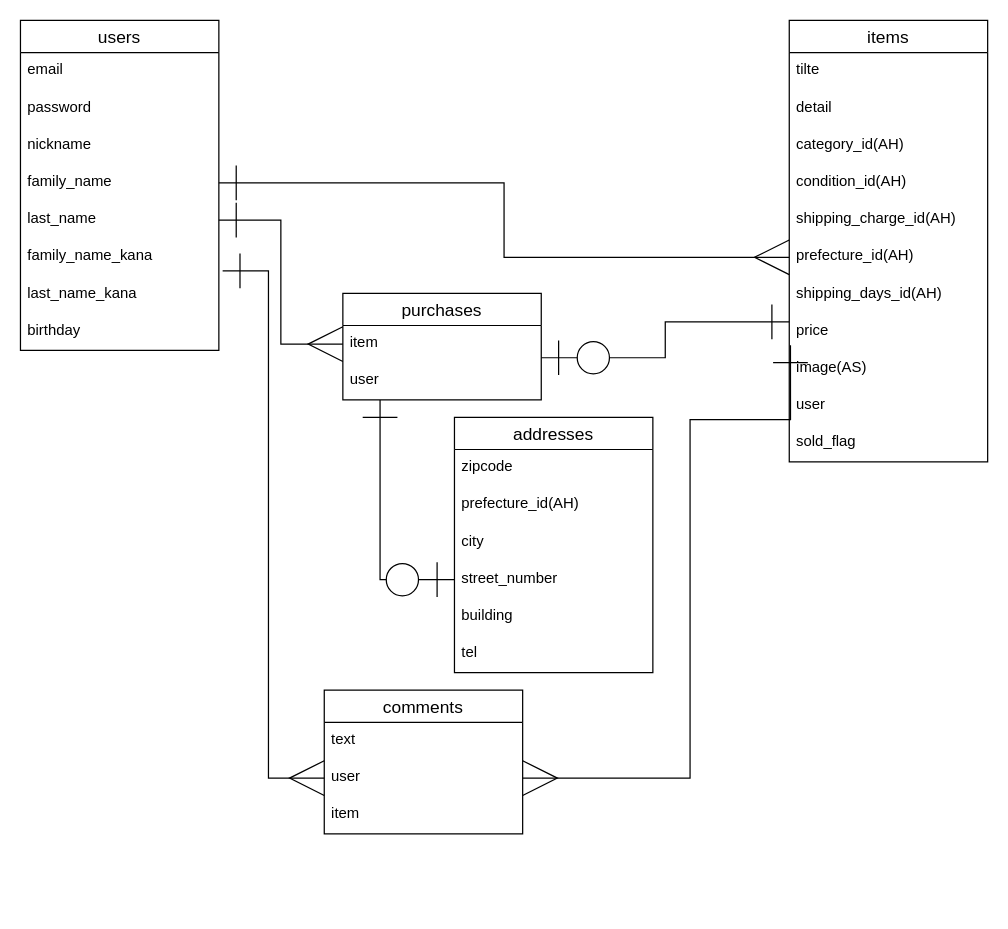
Earlier version of the draw.io diagram furima.dio (mittz333/furima-32371). Source tidied: cells renumbered, new cells numbered last; positions are measured from the earlier drawing's top-left corner, leaving out a move shared by most shapes. Both pictures are drawn from the tidied source at 124%, with x=0, y=0 at pixel (20, 20).
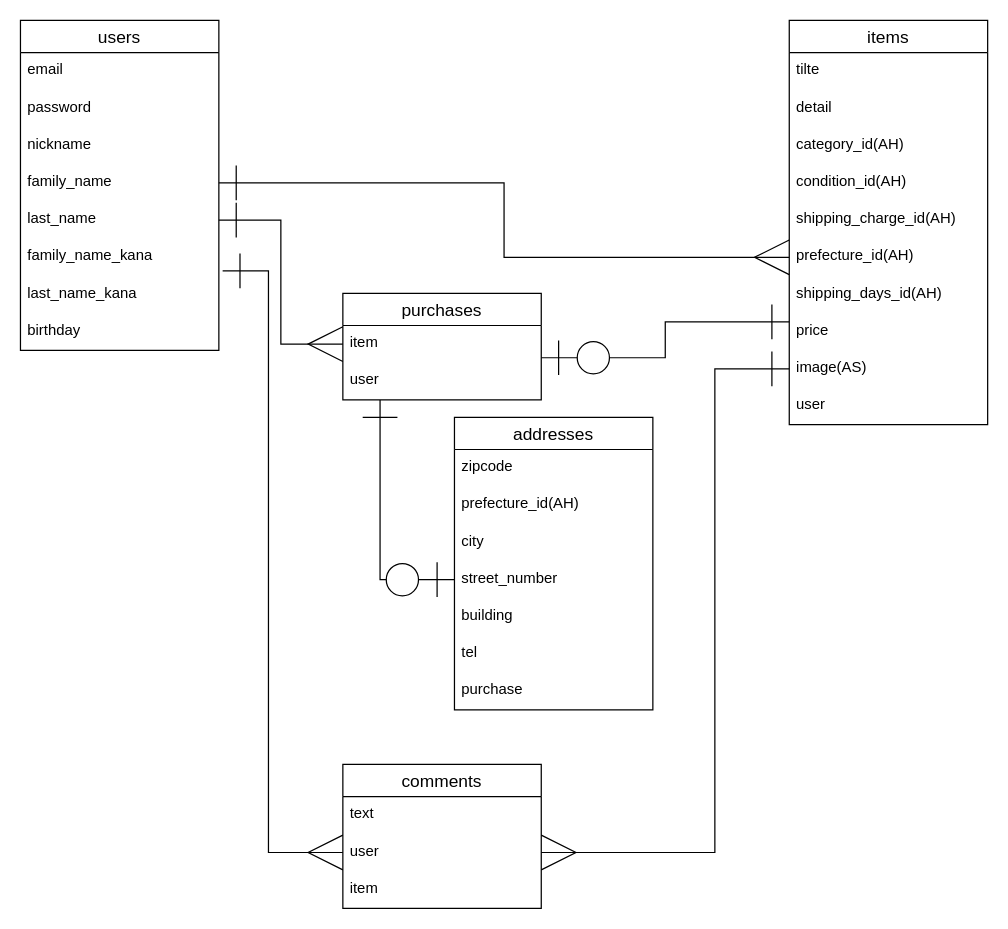
The same diagram, later.

Unchanged cells that the change refers to:
```xml
<mxCell id="9" value="last_name_kana" style="text;strokeColor=none;fillColor=none;spacingLeft=4;spacingRight=4;overflow=hidden;points=[[0,0.5],[1,0.5]];portConstraint=eastwest;fontSize=12;" parent="2" vertex="1">
  <mxGeometry y="206" width="160" height="30" as="geometry" />
</mxCell>
<mxCell id="20" value="image(AS)" style="text;strokeColor=none;fillColor=none;spacingLeft=4;spacingRight=4;overflow=hidden;points=[[0,0.5],[1,0.5]];portConstraint=eastwest;fontSize=12;" parent="11" vertex="1">
  <mxGeometry y="266" width="160" height="30" as="geometry" />
</mxCell>
<mxCell id="28" value="user" style="text;strokeColor=none;fillColor=none;spacingLeft=4;spacingRight=4;overflow=hidden;points=[[0,0.5],[1,0.5]];portConstraint=eastwest;fontSize=12;" parent="26" vertex="1">
  <mxGeometry y="56" width="160" height="30" as="geometry" />
</mxCell>
```

The edit, as a diff of the source:
```diff
@@
     <mxCell id="11" value="items" style="swimlane;fontStyle=0;horizontal=1;startSize=26;align=center;fontSize=14;" parent="1" vertex="1">
-      <mxGeometry x="620" width="160" height="356" as="geometry" />
+      <mxGeometry x="620" width="160" height="326" as="geometry" />
     </mxCell>
@@
-    <mxCell id="22" value="sold_flag" style="text;strokeColor=none;fillColor=none;spacingLeft=4;spacingRight=4;overflow=hidden;fontSize=12;" parent="11" vertex="1">
-      <mxGeometry y="326" width="160" height="30" as="geometry" />
-    </mxCell>
@@
     <mxCell id="26" value="comments" style="swimlane;fontStyle=0;horizontal=1;startSize=26;align=center;fontSize=14;" parent="1" vertex="1">
-      <mxGeometry x="245" y="540" width="160" height="116" as="geometry" />
+      <mxGeometry x="260" y="600" width="160" height="116" as="geometry" />
     </mxCell>
@@
-    <mxCell id="33" style="edgeStyle=orthogonalEdgeStyle;rounded=0;jettySize=auto;html=1;entryX=1;entryY=0.5;entryDx=0;entryDy=0;startSize=26;fontSize=14;startArrow=ERone;startFill=0;endArrow=ERmany;endFill=0;endSize=26;exitX=0.006;exitY=-0.133;exitDx=0;exitDy=0;exitPerimeter=0;" parent="1" edge="1" source="20" target="28">
+    <mxCell id="33" style="edgeStyle=orthogonalEdgeStyle;rounded=0;jettySize=auto;html=1;startSize=26;fontSize=14;startArrow=ERone;startFill=0;endArrow=ERmany;endFill=0;endSize=26;exitX=0;exitY=0.5;exitDx=0;exitDy=0;entryX=1;entryY=0.5;entryDx=0;entryDy=0;" parent="1" edge="1" source="20" target="28">
       <mxGeometry relative="1" as="geometry">
         <Array as="points">
-          <mxPoint x="540" y="322" />
-          <mxPoint x="540" y="611" />
+          <mxPoint x="560" y="281" />
+          <mxPoint x="560" y="671" />
         </Array>
       </mxGeometry>
     </mxCell>
-    <mxCell id="34" style="edgeStyle=orthogonalEdgeStyle;rounded=0;jettySize=auto;html=1;entryX=0;entryY=0.5;entryDx=0;entryDy=0;startSize=26;fontSize=14;startArrow=ERone;startFill=0;endArrow=ERmany;endFill=0;endSize=26;exitX=1.019;exitY=-0.133;exitDx=0;exitDy=0;exitPerimeter=0;" parent="1" edge="1" source="9" target="28">
+    <mxCell id="34" style="edgeStyle=orthogonalEdgeStyle;rounded=0;jettySize=auto;html=1;startSize=26;fontSize=14;startArrow=ERone;startFill=0;endArrow=ERmany;endFill=0;endSize=26;exitX=1.019;exitY=-0.133;exitDx=0;exitDy=0;exitPerimeter=0;entryX=0;entryY=0.5;entryDx=0;entryDy=0;" parent="1" edge="1" source="9" target="28">
       <mxGeometry relative="1" as="geometry">
         <Array as="points">
           <mxPoint x="200" y="202" />
-          <mxPoint x="200" y="611" />
+          <mxPoint x="200" y="671" />
         </Array>
       </mxGeometry>
     </mxCell>
     <mxCell id="35" value="addresses" style="swimlane;fontStyle=0;horizontal=1;startSize=26;align=center;fontSize=14;" parent="1" vertex="1">
-      <mxGeometry x="350" y="320" width="160" height="206" as="geometry" />
+      <mxGeometry x="350" y="320" width="160" height="236" as="geometry" />
     </mxCell>
@@
+    <mxCell id="43" value="purchase" style="text;strokeColor=none;fillColor=none;spacingLeft=4;spacingRight=4;overflow=hidden;fontSize=12;" parent="35" vertex="1">
+      <mxGeometry y="206" width="160" height="30" as="geometry" />
+    </mxCell>
```
